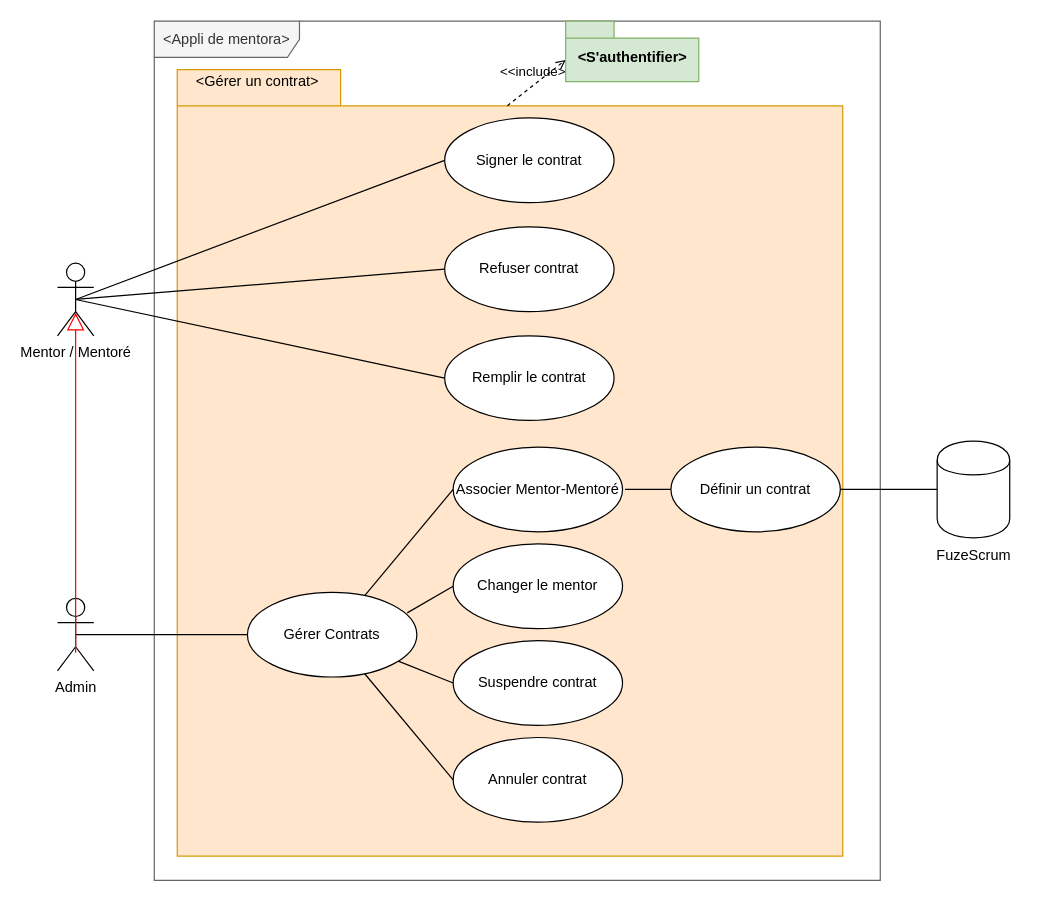
This is page "Gérer un contrat" (4 of 5) of UseCasesDiagram.drawio from emmo78/Project_ConceptionOfMentorApp, a draw.io file, before an edit. Source tidied: cells renumbered, new cells numbered last; positions are measured from the earlier drawing's top-left corner, leaving out a move shared by most shapes. Both pictures are drawn from the tidied source at 121%, with x=0, y=0 at pixel (57, 21).
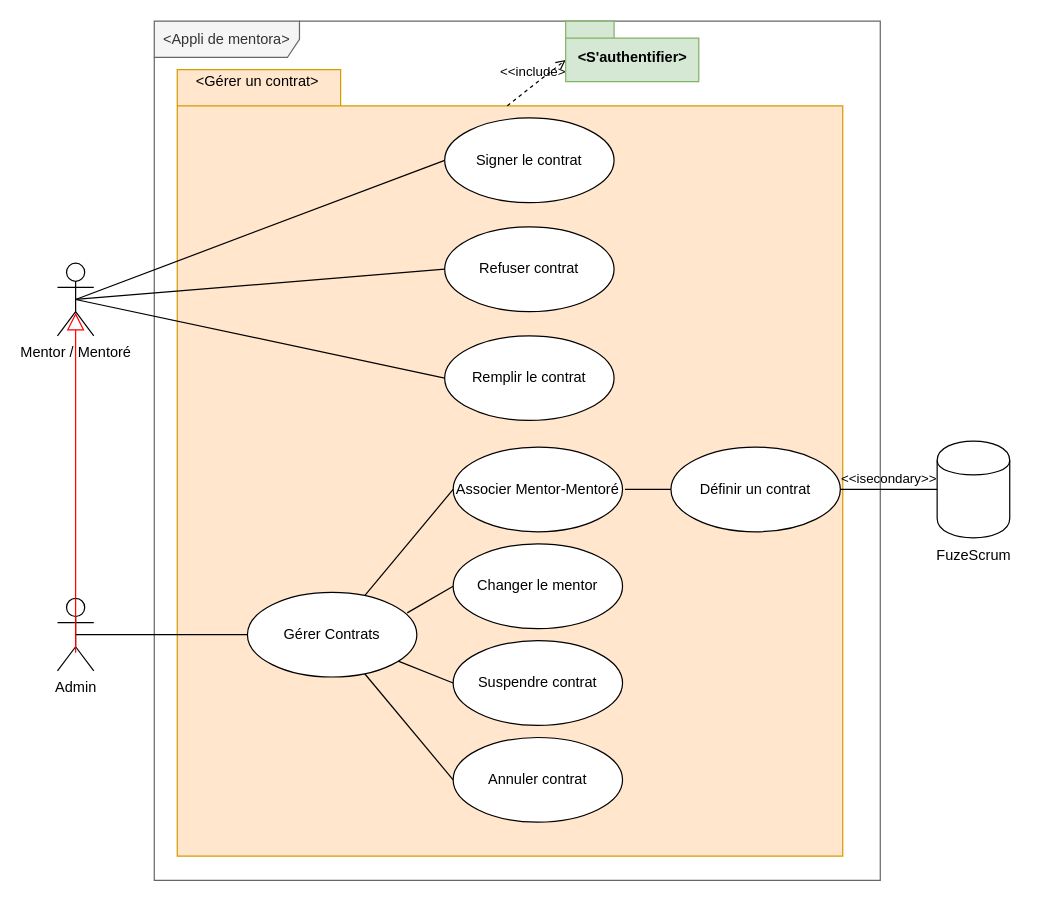
After the change.

The change refers to these unchanged cells:
```xml
<mxCell id="20" value="Définir un contrat" style="ellipse;whiteSpace=wrap;html=1;" parent="1" vertex="1">
  <mxGeometry x="507" y="352" width="140" height="70" as="geometry" />
</mxCell>
<mxCell id="25" style="shape=cylinder;whiteSpace=wrap;html=1;boundedLbl=1;backgroundOutline=1;verticalAlign=top;" parent="1" vertex="1">
  <mxGeometry x="727" y="347" width="60" height="80" as="geometry" />
</mxCell>
```

Diff of the diagram source:
```diff
@@
-    <mxCell id="21" style="endArrow=none;html=1;entryX=1;entryY=0.5;entryDx=0;entryDy=0;" parent="1" edge="1" source="25" target="20">
-      <mxGeometry relative="1" as="geometry" />
-    </mxCell>
@@
+    <mxCell id="31" value="&amp;lt;&amp;lt;isecondary&amp;gt;&amp;gt;" style="html=1;verticalAlign=bottom;labelBackgroundColor=none;endArrow=none;endFill=0;entryX=0;entryY=0.5;entryDx=0;entryDy=0;" parent="1" edge="1" source="20" target="25">
+      <mxGeometry relative="1" as="geometry" />
+    </mxCell>
```
